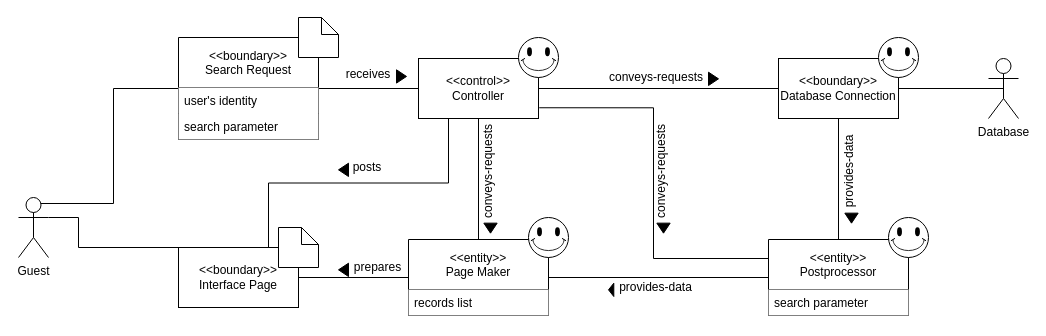
The draw.io diagram docs/DomainModels/diagrams/DM-UC-08.drawio in youngkwon02/Enhanced-library-management, before the edit. Source tidied: cells renumbered, new cells numbered last; positions are measured from the earlier drawing's top-left corner, leaving out a move shared by most shapes. Both pictures are drawn from the tidied source at 100%, with x=0, y=0 at pixel (18, 17).
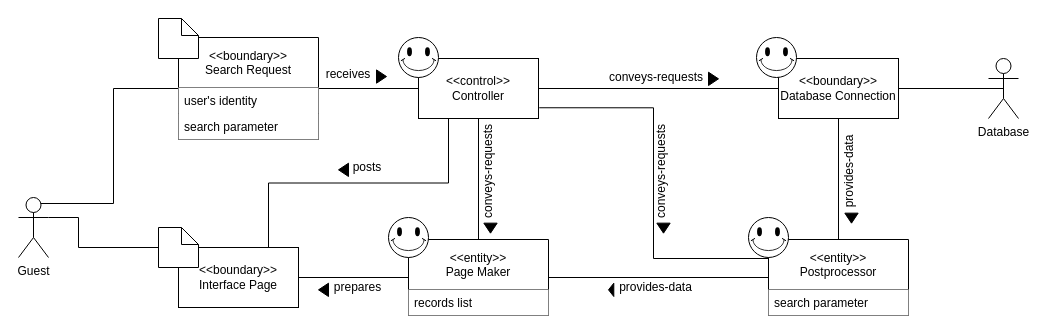
The same page after the edit.

Change to the diagram source:
```diff
@@
     <mxCell id="25" style="verticalLabelPosition=bottom;verticalAlign=top;html=1;shape=mxgraph.basic.smiley;" parent="1" vertex="1">
-      <mxGeometry x="510" y="200" width="40" height="40" as="geometry" />
+      <mxGeometry x="370" y="200" width="40" height="40" as="geometry" />
     </mxCell>
     <mxCell id="26" style="verticalLabelPosition=bottom;verticalAlign=top;html=1;shape=mxgraph.basic.smiley;" parent="1" vertex="1">
-      <mxGeometry x="500" y="20" width="40" height="40" as="geometry" />
+      <mxGeometry x="380" y="20" width="40" height="40" as="geometry" />
     </mxCell>
     <mxCell id="27" style="verticalLabelPosition=bottom;verticalAlign=top;html=1;shape=mxgraph.basic.smiley;" parent="1" vertex="1">
-      <mxGeometry x="860" y="20" width="40" height="40" as="geometry" />
+      <mxGeometry x="738" y="20" width="40" height="40" as="geometry" />
     </mxCell>
     <mxCell id="28" style="verticalLabelPosition=bottom;verticalAlign=top;html=1;shape=mxgraph.basic.smiley;" parent="1" vertex="1">
-      <mxGeometry x="870" y="200" width="40" height="40" as="geometry" />
+      <mxGeometry x="730" y="200" width="40" height="40" as="geometry" />
     </mxCell>
     <mxCell id="29" style="shape=note2;boundedLbl=1;whiteSpace=wrap;html=1;size=17;verticalAlign=top;align=center;fillColor=#ffffff;" parent="1" vertex="1">
-      <mxGeometry x="280" width="40" height="40" as="geometry" />
+      <mxGeometry x="140" y="1" width="40" height="40" as="geometry" />
     </mxCell>
     <mxCell id="30" style="shape=note2;boundedLbl=1;whiteSpace=wrap;html=1;size=17;verticalAlign=top;align=center;fillColor=#ffffff;" parent="1" vertex="1">
-      <mxGeometry x="260" y="210" width="40" height="40" as="geometry" />
+      <mxGeometry x="140" y="210" width="40" height="40" as="geometry" />
     </mxCell>
-    <mxCell id="31" value="receives" style="text;html=1;strokeColor=none;fillColor=none;align=center;verticalAlign=middle;whiteSpace=wrap;rounded=0;" parent="1" vertex="1">
-      <mxGeometry x="330" y="46.7" width="40" height="20" as="geometry" />
-    </mxCell>
-    <mxCell id="32" style="triangle;whiteSpace=wrap;html=1;fillColor=#000000;" parent="1" vertex="1">
-      <mxGeometry x="378" y="52.3" width="10" height="13.3" as="geometry" />
-    </mxCell>
@@
     <mxCell id="44" style="group;" parent="1" vertex="1">
-      <mxGeometry x="320" y="240" width="70" height="20" as="geometry" />
+      <mxGeometry x="300" y="260" width="70" height="20" as="geometry" />
     </mxCell>
@@
+    <mxCell id="53" style="group;" parent="1" vertex="1">
+      <mxGeometry x="310" y="46.7" width="58" height="20" as="geometry" />
+    </mxCell>
+    <mxCell id="31" value="receives" style="text;html=1;strokeColor=none;fillColor=none;align=center;verticalAlign=middle;whiteSpace=wrap;rounded=0;" parent="53" vertex="1">
+      <mxGeometry width="40" height="20" as="geometry" />
+    </mxCell>
+    <mxCell id="32" style="triangle;whiteSpace=wrap;html=1;fillColor=#000000;" parent="53" vertex="1">
+      <mxGeometry x="48" y="5.7" width="10" height="13.3" as="geometry" />
+    </mxCell>
```
